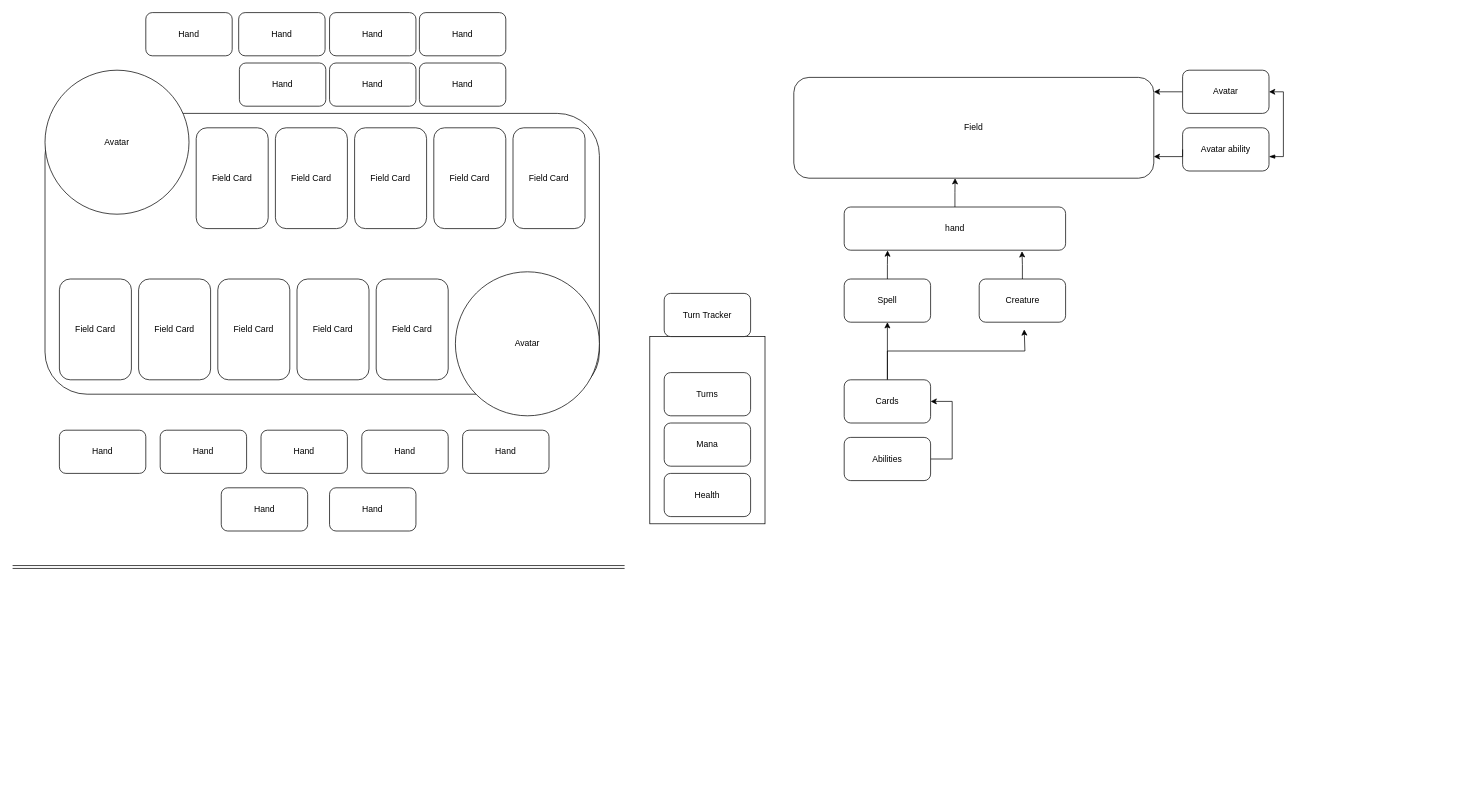
popados/01_diagrams keeps this draw.io diagram as daigrams_from_site/Card Game Flow Chart.drawio. Above is the earlier version. Source tidied: cells renumbered, new cells numbered last; positions are measured from the earlier drawing's top-left corner, leaving out a move shared by most shapes. Both pictures are drawn from the tidied source at 72%, with x=0, y=0 at pixel (12, 12).
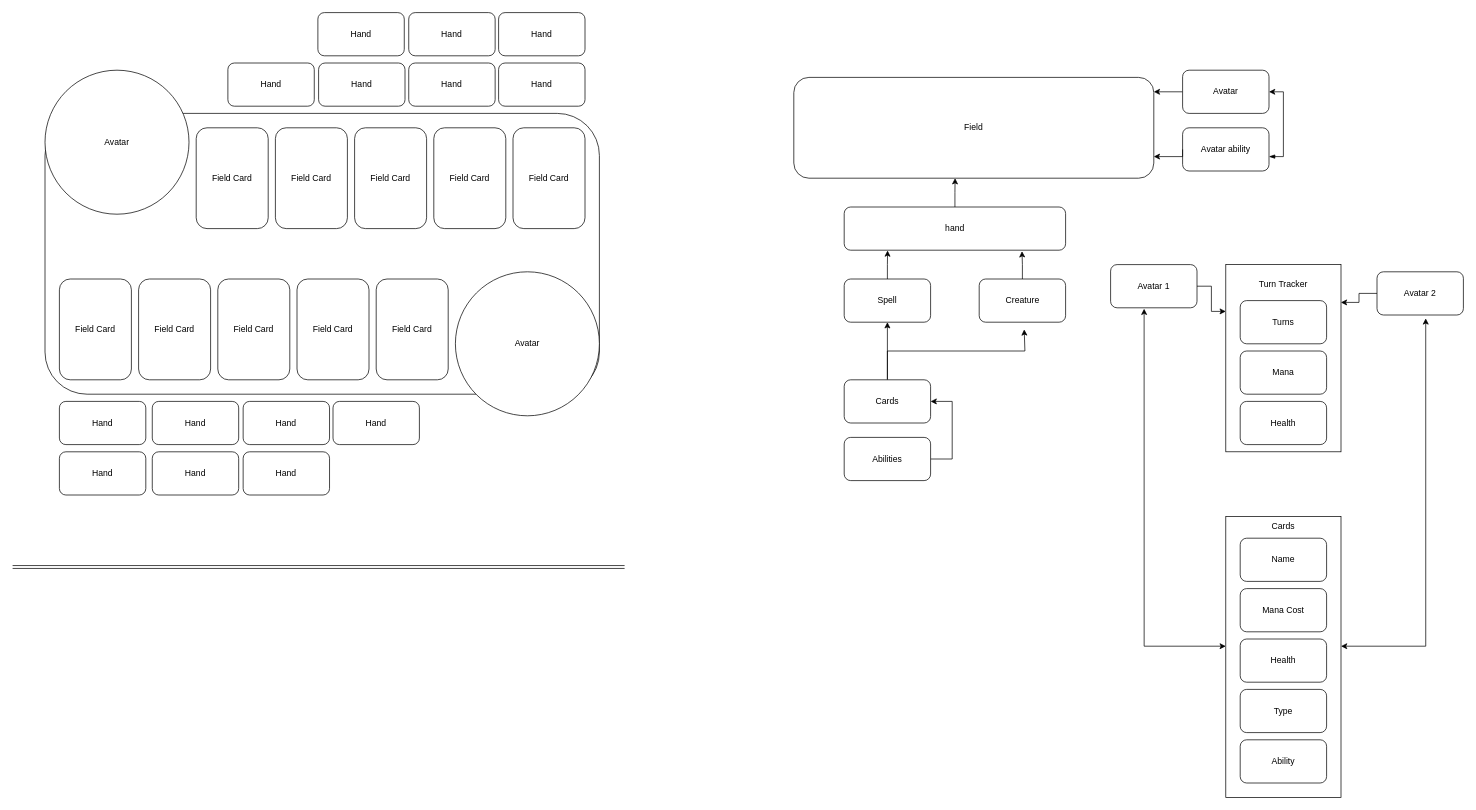
Above is the later version.

Change to the diagram source:
```diff
@@
     <mxCell id="2" value="Hand" style="rounded=1;whiteSpace=wrap;html=1;" parent="1" vertex="1">
-      <mxGeometry x="185" width="120" height="60" as="geometry" />
+      <mxGeometry x="299" y="70" width="120" height="60" as="geometry" />
     </mxCell>
     <mxCell id="3" value="Hand" style="rounded=1;whiteSpace=wrap;html=1;" parent="1" vertex="1">
-      <mxGeometry x="314" width="120" height="60" as="geometry" />
+      <mxGeometry x="424" width="120" height="60" as="geometry" />
     </mxCell>
@@
     <mxCell id="6" value="Hand" style="rounded=1;whiteSpace=wrap;html=1;" parent="1" vertex="1">
-      <mxGeometry x="565" width="120" height="60" as="geometry" />
+      <mxGeometry x="675" width="120" height="60" as="geometry" />
     </mxCell>
     <mxCell id="7" value="Hand" style="rounded=1;whiteSpace=wrap;html=1;" parent="1" vertex="1">
-      <mxGeometry x="440.2" width="120" height="60" as="geometry" />
+      <mxGeometry x="550.2" width="120" height="60" as="geometry" />
     </mxCell>
     <mxCell id="8" value="Hand" style="rounded=1;whiteSpace=wrap;html=1;" parent="1" vertex="1">
-      <mxGeometry x="565" y="70" width="120" height="60" as="geometry" />
+      <mxGeometry x="675" y="70" width="120" height="60" as="geometry" />
     </mxCell>
@@
     <mxCell id="10" value="Hand" style="rounded=1;whiteSpace=wrap;html=1;" parent="1" vertex="1">
-      <mxGeometry x="205" y="580" width="120" height="60" as="geometry" />
+      <mxGeometry x="194" y="540" width="120" height="60" as="geometry" />
     </mxCell>
     <mxCell id="11" value="Hand" style="rounded=1;whiteSpace=wrap;html=1;" parent="1" vertex="1">
-      <mxGeometry x="485" y="580" width="120" height="60" as="geometry" />
+      <mxGeometry x="445" y="540" width="120" height="60" as="geometry" />
     </mxCell>
     <mxCell id="12" value="Hand" style="rounded=1;whiteSpace=wrap;html=1;" parent="1" vertex="1">
-      <mxGeometry x="345" y="580" width="120" height="60" as="geometry" />
+      <mxGeometry x="320.2" y="540" width="120" height="60" as="geometry" />
     </mxCell>
     <mxCell id="13" value="Hand" style="rounded=1;whiteSpace=wrap;html=1;" parent="1" vertex="1">
-      <mxGeometry x="625" y="580" width="120" height="60" as="geometry" />
+      <mxGeometry x="65" y="610" width="120" height="60" as="geometry" />
     </mxCell>
@@
     <mxCell id="27" value="Hand" style="rounded=1;whiteSpace=wrap;html=1;" parent="1" vertex="1">
-      <mxGeometry x="65" y="580" width="120" height="60" as="geometry" />
+      <mxGeometry x="65" y="540" width="120" height="60" as="geometry" />
     </mxCell>
     <mxCell id="28" value="Hand" style="rounded=1;whiteSpace=wrap;html=1;" parent="1" vertex="1">
-      <mxGeometry x="289.8" y="660" width="120" height="60" as="geometry" />
+      <mxGeometry x="194" y="610" width="120" height="60" as="geometry" />
     </mxCell>
     <mxCell id="29" value="Hand" style="rounded=1;whiteSpace=wrap;html=1;" parent="1" vertex="1">
-      <mxGeometry x="440.2" y="660" width="120" height="60" as="geometry" />
+      <mxGeometry x="320.2" y="610" width="120" height="60" as="geometry" />
     </mxCell>
@@
     <mxCell id="34" value="Hand" style="rounded=1;whiteSpace=wrap;html=1;" parent="1" vertex="1">
-      <mxGeometry x="440.2" y="70" width="120" height="60" as="geometry" />
+      <mxGeometry x="550.2" y="70" width="120" height="60" as="geometry" />
     </mxCell>
     <mxCell id="35" value="Hand" style="rounded=1;whiteSpace=wrap;html=1;" parent="1" vertex="1">
-      <mxGeometry x="315" y="70" width="120" height="60" as="geometry" />
+      <mxGeometry x="425" y="70" width="120" height="60" as="geometry" />
     </mxCell>
@@
-    <mxCell id="39" value="&lt;p&gt;&lt;table&gt;&lt;tbody&gt;&lt;tr&gt;&lt;/tr&gt;&lt;/tbody&gt;&lt;/table&gt;&lt;table&gt;&lt;tbody&gt;&lt;tr&gt;&lt;td&gt;&lt;br&gt;&lt;/td&gt;&lt;/tr&gt;&lt;/tbody&gt;&lt;/table&gt;&lt;br&gt;&lt;br&gt;&lt;br&gt;&lt;/p&gt;" style="rounded=0;whiteSpace=wrap;html=1;align=center;" parent="1" vertex="1">
-      <mxGeometry x="885" y="450" width="160" height="260" as="geometry" />
+    <mxCell id="39" value="&lt;br&gt;Turn Tracker" style="rounded=0;whiteSpace=wrap;html=1;align=center;horizontal=1;verticalAlign=top;" parent="1" vertex="1">
+      <mxGeometry x="1685" y="350" width="160" height="260" as="geometry" />
     </mxCell>
@@
     <mxCell id="43" value="Turns" style="rounded=1;whiteSpace=wrap;html=1;" parent="1" vertex="1">
-      <mxGeometry x="905" y="500" width="120" height="60" as="geometry" />
+      <mxGeometry x="1705" y="400" width="120" height="60" as="geometry" />
     </mxCell>
     <mxCell id="44" value="Mana" style="rounded=1;whiteSpace=wrap;html=1;" parent="1" vertex="1">
-      <mxGeometry x="905" y="570" width="120" height="60" as="geometry" />
+      <mxGeometry x="1705" y="470" width="120" height="60" as="geometry" />
     </mxCell>
     <mxCell id="45" value="Health" style="rounded=1;whiteSpace=wrap;html=1;" parent="1" vertex="1">
-      <mxGeometry x="905" y="640" width="120" height="60" as="geometry" />
+      <mxGeometry x="1705" y="540" width="120" height="60" as="geometry" />
     </mxCell>
@@
-    <mxCell id="51" value="Turn Tracker" style="rounded=1;whiteSpace=wrap;html=1;" parent="1" vertex="1">
-      <mxGeometry x="905" y="390" width="120" height="60" as="geometry" />
-    </mxCell>
+    <mxCell id="52" style="edgeStyle=orthogonalEdgeStyle;rounded=0;jettySize=auto;html=1;entryX=0;entryY=0.25;entryDx=0;entryDy=0;" parent="1" edge="1" source="53" target="39">
+      <mxGeometry relative="1" as="geometry" />
+    </mxCell>
+    <mxCell id="53" value="Avatar 1" style="rounded=1;whiteSpace=wrap;html=1;" parent="1" vertex="1">
+      <mxGeometry x="1525" y="350" width="120" height="60" as="geometry" />
+    </mxCell>
+    <mxCell id="54" style="edgeStyle=orthogonalEdgeStyle;rounded=0;jettySize=auto;html=1;entryX=0.999;entryY=0.202;entryDx=0;entryDy=0;entryPerimeter=0;" parent="1" edge="1" source="55" target="39">
+      <mxGeometry relative="1" as="geometry" />
+    </mxCell>
+    <mxCell id="55" value="Avatar 2" style="rounded=1;whiteSpace=wrap;html=1;" parent="1" vertex="1">
+      <mxGeometry x="1895" y="360" width="120" height="60" as="geometry" />
+    </mxCell>
+    <mxCell id="56" style="edgeStyle=orthogonalEdgeStyle;rounded=0;jettySize=auto;html=1;entryX=0.388;entryY=1.022;entryDx=0;entryDy=0;entryPerimeter=0;startArrow=classic;startFill=1;" parent="1" edge="1" source="59" target="53">
+      <mxGeometry relative="1" as="geometry">
+        <Array as="points">
+          <mxPoint x="1572" y="880" />
+        </Array>
+      </mxGeometry>
+    </mxCell>
+    <mxCell id="57" style="edgeStyle=orthogonalEdgeStyle;rounded=0;jettySize=auto;html=1;entryX=0.564;entryY=1.078;entryDx=0;entryDy=0;entryPerimeter=0;startArrow=classic;startFill=1;" parent="1" edge="1" source="59" target="55">
+      <mxGeometry relative="1" as="geometry">
+        <Array as="points">
+          <mxPoint x="1963" y="880" />
+        </Array>
+      </mxGeometry>
+    </mxCell>
+    <mxCell id="58" style="group;" parent="1" vertex="1">
+      <mxGeometry x="1685" y="700" width="160" height="390" as="geometry" />
+    </mxCell>
+    <mxCell id="59" value="Cards" style="rounded=0;whiteSpace=wrap;html=1;align=center;horizontal=1;verticalAlign=top;" parent="58" vertex="1">
+      <mxGeometry width="160" height="390" as="geometry" />
+    </mxCell>
+    <mxCell id="60" value="Name" style="rounded=1;whiteSpace=wrap;html=1;" parent="58" vertex="1">
+      <mxGeometry x="20" y="30" width="120" height="60" as="geometry" />
+    </mxCell>
+    <mxCell id="61" value="Mana Cost" style="rounded=1;whiteSpace=wrap;html=1;" parent="58" vertex="1">
+      <mxGeometry x="20" y="100" width="120" height="60" as="geometry" />
+    </mxCell>
+    <mxCell id="62" value="Health" style="rounded=1;whiteSpace=wrap;html=1;" parent="58" vertex="1">
+      <mxGeometry x="20" y="170" width="120" height="60" as="geometry" />
+    </mxCell>
+    <mxCell id="63" value="Type" style="rounded=1;whiteSpace=wrap;html=1;" parent="58" vertex="1">
+      <mxGeometry x="20" y="240" width="120" height="60" as="geometry" />
+    </mxCell>
+    <mxCell id="64" value="Ability" style="rounded=1;whiteSpace=wrap;html=1;" parent="58" vertex="1">
+      <mxGeometry x="20" y="310" width="120" height="60" as="geometry" />
+    </mxCell>
```
